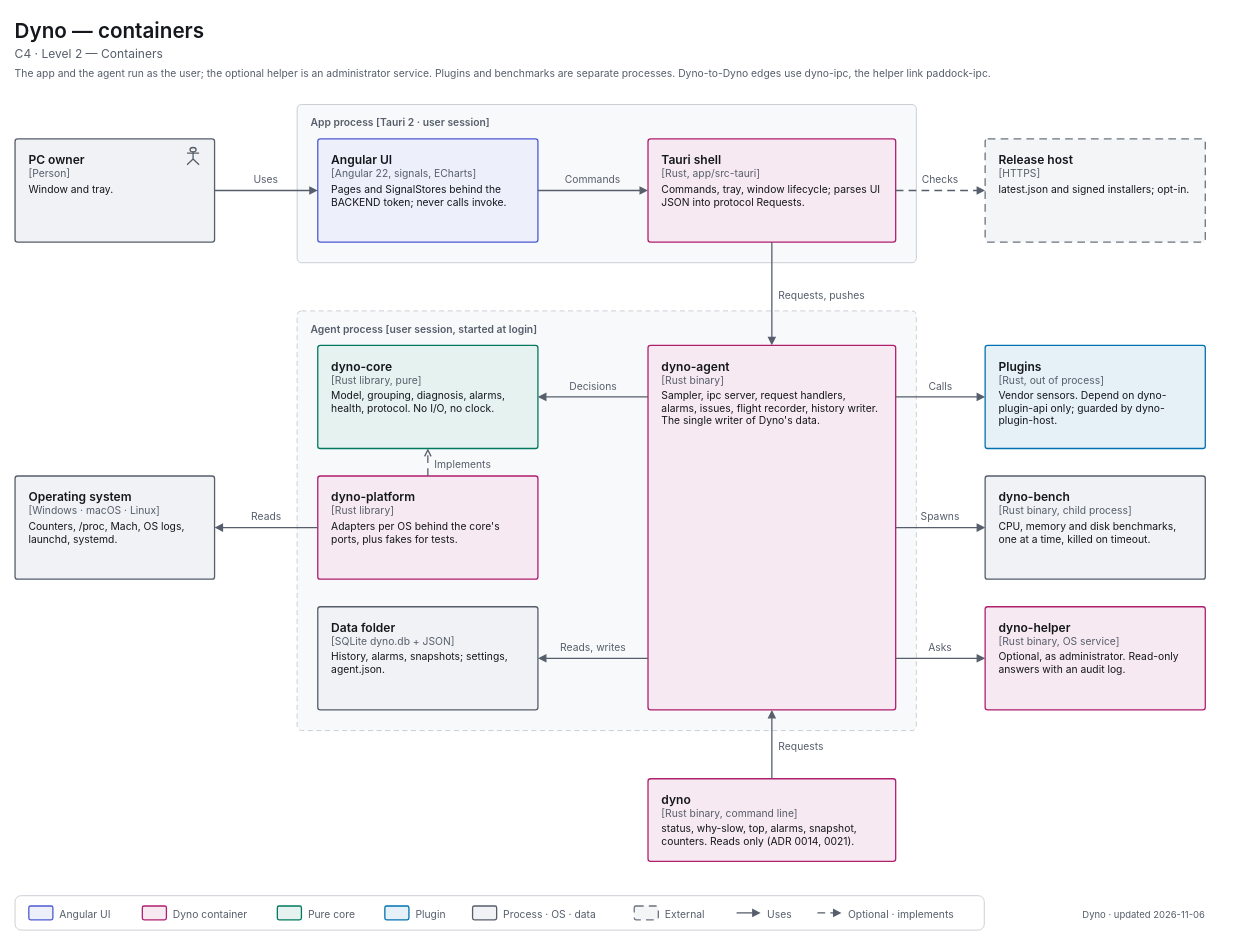
Before: apps/dyno/diagrams/c4-2-containers.drawio in decryp7/paddock, a draw.io diagram. Source tidied: cells renumbered, new cells numbered last; positions are measured from the earlier drawing's top-left corner, leaving out a move shared by most shapes. Both pictures are drawn from the tidied source at 86%, with x=0, y=0 at pixel (15, 15).
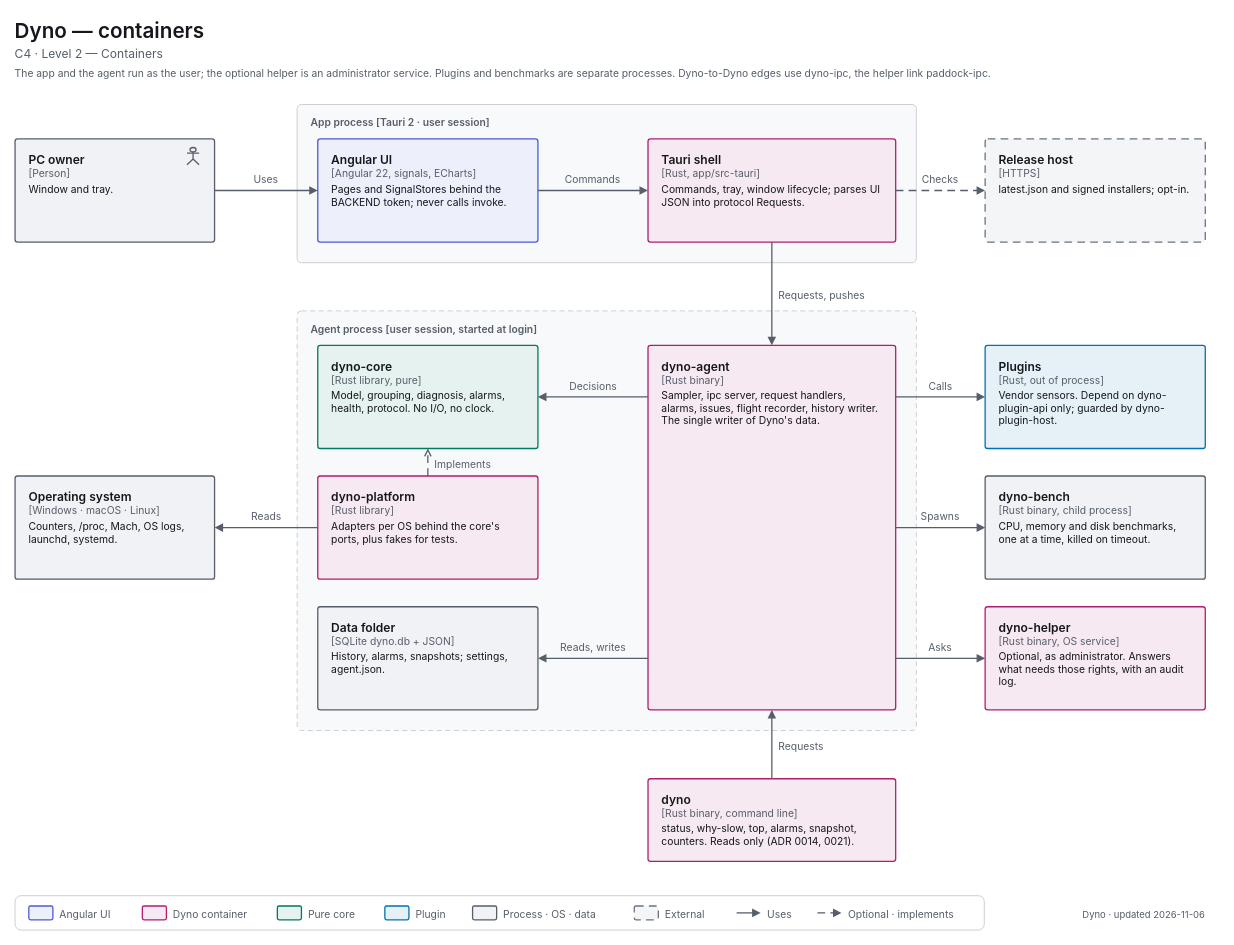
Above is the later version.

What changed in the source:
```diff
@@
-    <mxCell id="19" value="&lt;span style=&quot;font-size:14px;font-weight:600&quot;&gt;dyno-helper&lt;/span&gt;&lt;br&gt;&lt;span style=&quot;font-size:12px;color:light-dark(#565E6B,#A0A7B2)&quot;&gt;[Rust binary, OS service]&lt;/span&gt;&lt;br&gt;&lt;div style=&quot;margin-top:4px;font-size:12px&quot;&gt;Optional, as administrator. Read-only answers with an audit log.&lt;/div&gt;" style="html=1;whiteSpace=wrap;fontFamily=-apple-system,BlinkMacSystemFont,Segoe UI,system-ui,sans-serif;fontSize=12;fontColor=light-dark(#14171C,#ECEEF1);rounded=1;absoluteArcSize=1;arcSize=6;strokeWidth=1.5;strokeColor=light-dark(#B01E6E,#F063A8);fillColor=light-dark(#F7E9F1,#382332);align=left;verticalAlign=top;spacingLeft=14;spacingRight=14;spacingTop=10;spacingBottom=8;" parent="1" vertex="1">
+    <mxCell id="19" value="&lt;span style=&quot;font-size:14px;font-weight:600&quot;&gt;dyno-helper&lt;/span&gt;&lt;br&gt;&lt;span style=&quot;font-size:12px;color:light-dark(#565E6B,#A0A7B2)&quot;&gt;[Rust binary, OS service]&lt;/span&gt;&lt;br&gt;&lt;div style=&quot;margin-top:4px;font-size:12px&quot;&gt;Optional, as administrator. Answers what needs those rights, with an audit log.&lt;/div&gt;" style="html=1;whiteSpace=wrap;fontFamily=-apple-system,BlinkMacSystemFont,Segoe UI,system-ui,sans-serif;fontSize=12;fontColor=light-dark(#14171C,#ECEEF1);rounded=1;absoluteArcSize=1;arcSize=6;strokeWidth=1.5;strokeColor=light-dark(#B01E6E,#F063A8);fillColor=light-dark(#F7E9F1,#382332);align=left;verticalAlign=top;spacingLeft=14;spacingRight=14;spacingTop=10;spacingBottom=8;" parent="1" vertex="1">
       <mxGeometry x="1128" y="688" width="256" height="120" as="geometry" />
     </mxCell>
```
